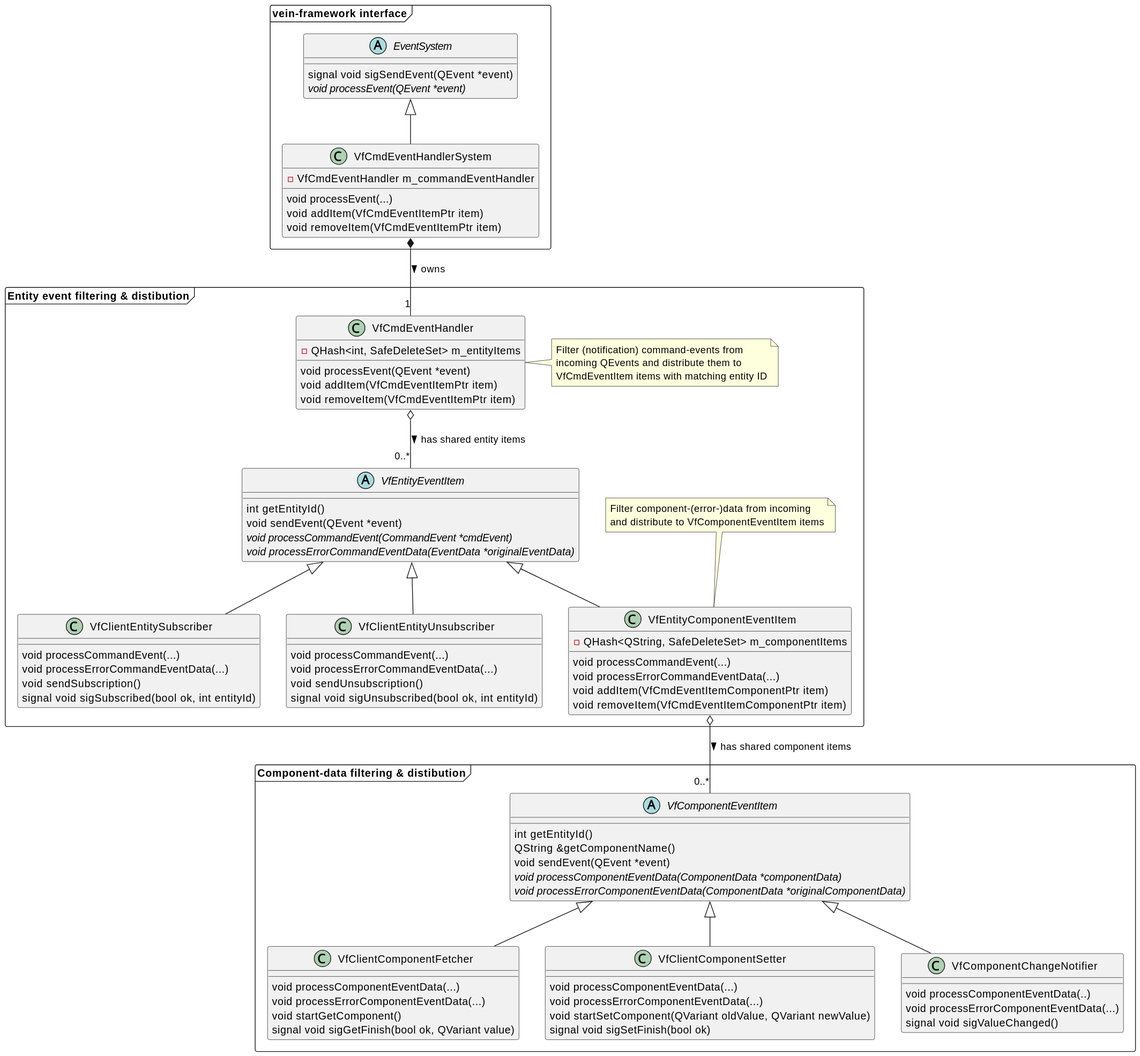
ZeraGmbH/vein-framework keeps this PlantUML diagram as convenient-code/doc/convenient-code-uml.svg. Above is the earlier version.
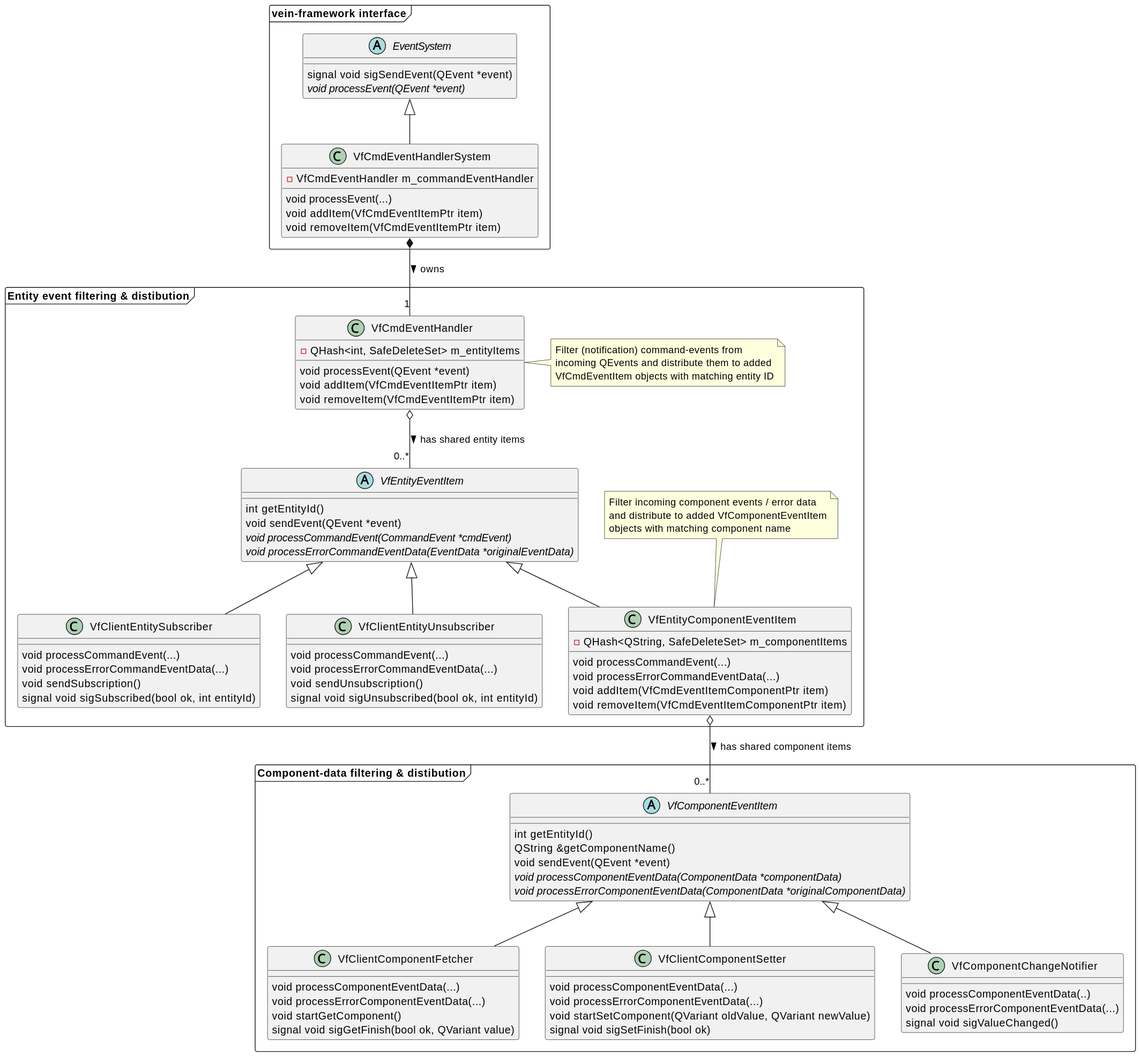
After the commit.

Commit message:
convenient-code: Work on class diagram notes

The edit, as a diff of the source:
```diff
@@ -21,7 +21,7 @@
         void removeItem(VfCmdEventItemPtr item)
         -QHash<int, SafeDeleteSet> m_entityItems
     }
-    note right: Filter (notification) command-events from\nincoming QEvents and distribute them to\nVfCmdEventItem items with matching entity ID
+    note right: Filter (notification) command-events from\nincoming QEvents and distribute them to added\nVfCmdEventItem objects with matching entity ID
 
     abstract class VfEntityEventItem {
         int getEntityId()
@@ -51,7 +51,7 @@
         void removeItem(VfCmdEventItemComponentPtr item)
         -QHash<QString, SafeDeleteSet> m_componentItems
     }
-    note top: Filter component-(error-)data from incoming\nand distribute to VfComponentEventItem items
+    note top: Filter incoming component events / error data\nand distribute to added VfComponentEventItem\nobjects with matching component name
     VfClientEntitySubscriber -[hidden]> VfClientEntityUnsubscriber
     VfClientEntityUnsubscriber -[hidden]> VfEntityComponentEventItem
 }
```
